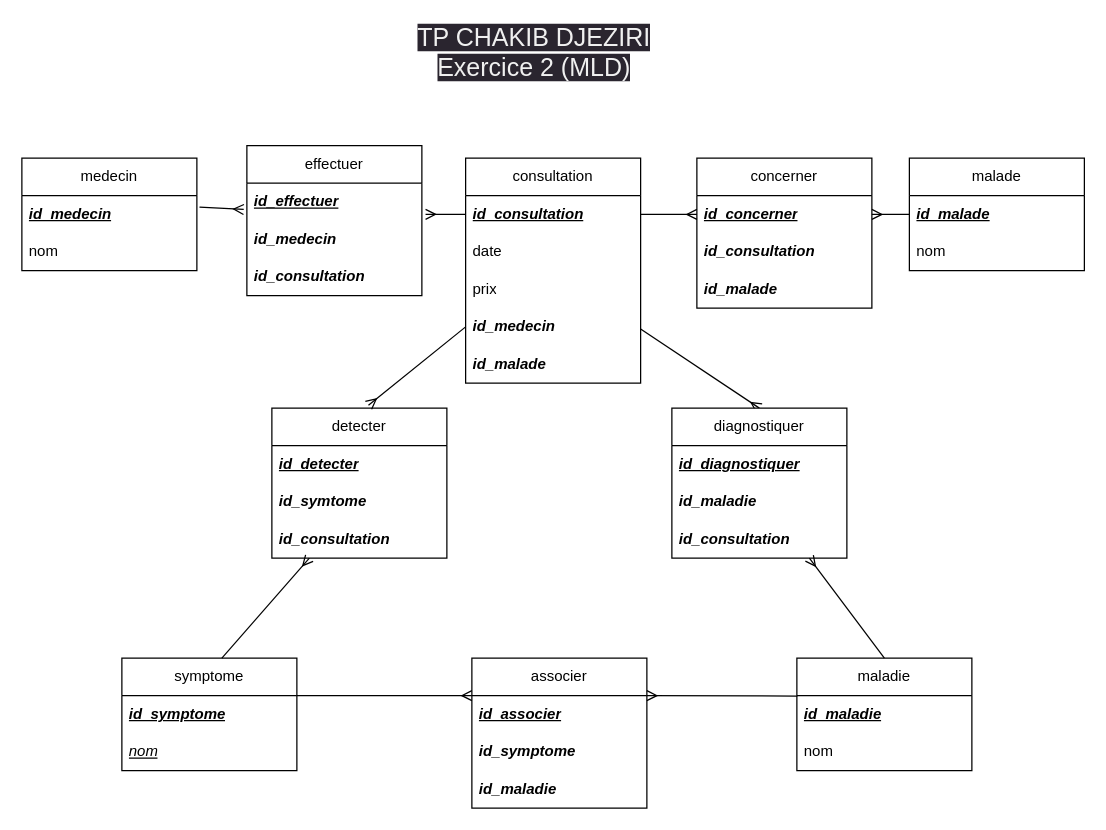
This is Q2-MLD.drawio from chakibdjeziri/tp-mcd-mld-mpd, a draw.io file, before an edit. Source tidied: cells renumbered, new cells numbered last; positions are measured from the earlier drawing's top-left corner, leaving out a move shared by most shapes. Both pictures are drawn from the tidied source at 125%, with x=0, y=0 at pixel (21, 32).
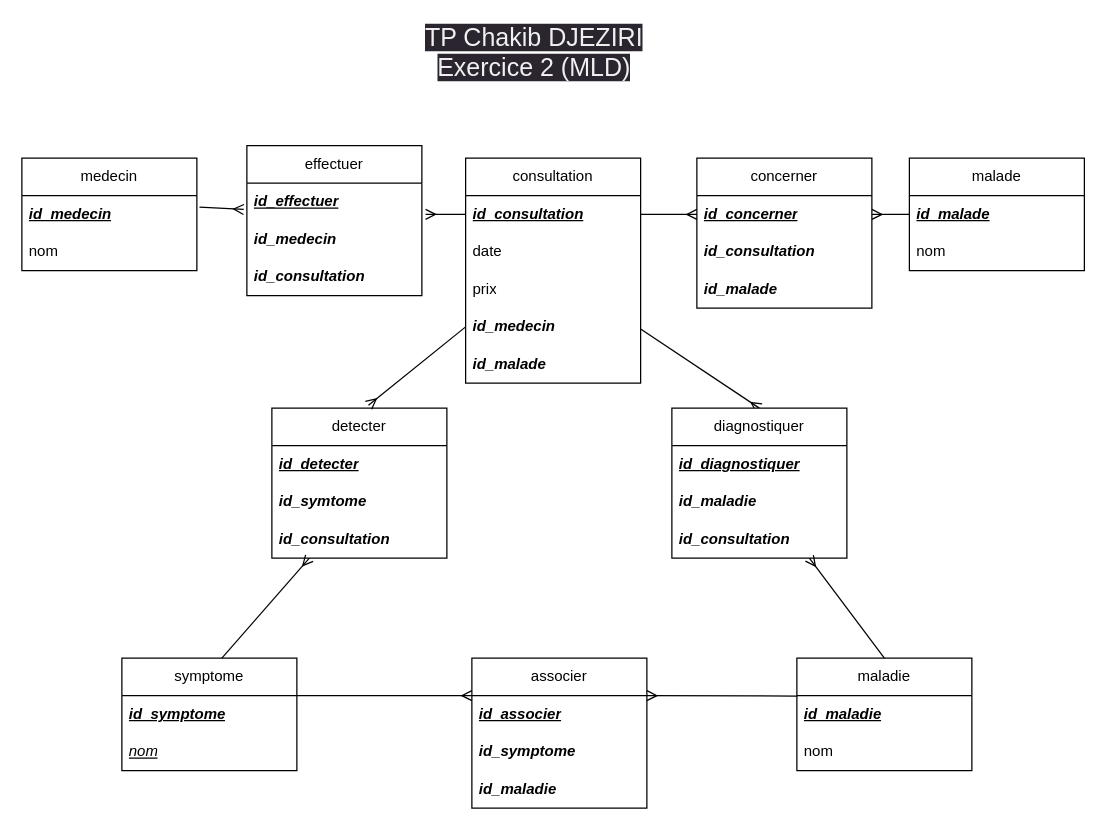
The same page after the edit.

Diff of the diagram source:
```diff
@@
-    <mxCell id="36" value="&lt;span style=&quot;color: rgb(240, 240, 240); font-family: Helvetica; font-size: 20px; font-style: normal; font-variant-ligatures: normal; font-variant-caps: normal; font-weight: 400; letter-spacing: normal; orphans: 2; text-align: center; text-indent: 0px; text-transform: none; widows: 2; word-spacing: 0px; -webkit-text-stroke-width: 0px; background-color: rgb(42, 37, 47); text-decoration-thickness: initial; text-decoration-style: initial; text-decoration-color: initial; float: none; display: inline !important;&quot;&gt;TP CHAKIB DJEZIRI&lt;/span&gt;&lt;br style=&quot;border-color: rgb(0, 0, 0); color: rgb(240, 240, 240); font-family: Helvetica; font-size: 20px; font-style: normal; font-variant-ligatures: normal; font-variant-caps: normal; font-weight: 400; letter-spacing: normal; orphans: 2; text-align: center; text-indent: 0px; text-transform: none; widows: 2; word-spacing: 0px; -webkit-text-stroke-width: 0px; background-color: rgb(42, 37, 47); text-decoration-thickness: initial; text-decoration-style: initial; text-decoration-color: initial;&quot;&gt;&lt;span style=&quot;color: rgb(240, 240, 240); font-family: Helvetica; font-size: 20px; font-style: normal; font-variant-ligatures: normal; font-variant-caps: normal; font-weight: 400; letter-spacing: normal; orphans: 2; text-align: center; text-indent: 0px; text-transform: none; widows: 2; word-spacing: 0px; -webkit-text-stroke-width: 0px; background-color: rgb(42, 37, 47); text-decoration-thickness: initial; text-decoration-style: initial; text-decoration-color: initial; float: none; display: inline !important;&quot;&gt;Exercice 2 (MLD)&lt;/span&gt;" style="text;html=1;strokeColor=none;fillColor=none;align=center;verticalAlign=middle;whiteSpace=wrap;rounded=0;fontSize=20;" parent="1" vertex="1">
+    <mxCell id="36" value="&lt;span style=&quot;color: rgb(240, 240, 240); font-family: Helvetica; font-size: 20px; font-style: normal; font-variant-ligatures: normal; font-variant-caps: normal; font-weight: 400; letter-spacing: normal; orphans: 2; text-align: center; text-indent: 0px; text-transform: none; widows: 2; word-spacing: 0px; -webkit-text-stroke-width: 0px; background-color: rgb(42, 37, 47); text-decoration-thickness: initial; text-decoration-style: initial; text-decoration-color: initial; float: none; display: inline !important;&quot;&gt;TP Chakib DJEZIRI&lt;/span&gt;&lt;br style=&quot;border-color: rgb(0, 0, 0); color: rgb(240, 240, 240); font-family: Helvetica; font-size: 20px; font-style: normal; font-variant-ligatures: normal; font-variant-caps: normal; font-weight: 400; letter-spacing: normal; orphans: 2; text-align: center; text-indent: 0px; text-transform: none; widows: 2; word-spacing: 0px; -webkit-text-stroke-width: 0px; background-color: rgb(42, 37, 47); text-decoration-thickness: initial; text-decoration-style: initial; text-decoration-color: initial;&quot;&gt;&lt;span style=&quot;color: rgb(240, 240, 240); font-family: Helvetica; font-size: 20px; font-style: normal; font-variant-ligatures: normal; font-variant-caps: normal; font-weight: 400; letter-spacing: normal; orphans: 2; text-align: center; text-indent: 0px; text-transform: none; widows: 2; word-spacing: 0px; -webkit-text-stroke-width: 0px; background-color: rgb(42, 37, 47); text-decoration-thickness: initial; text-decoration-style: initial; text-decoration-color: initial; float: none; display: inline !important;&quot;&gt;Exercice 2 (MLD)&lt;/span&gt;" style="text;html=1;strokeColor=none;fillColor=none;align=center;verticalAlign=middle;whiteSpace=wrap;rounded=0;fontSize=20;" parent="1" vertex="1">
       <mxGeometry x="270" width="280" height="30" as="geometry" />
     </mxCell>
```
